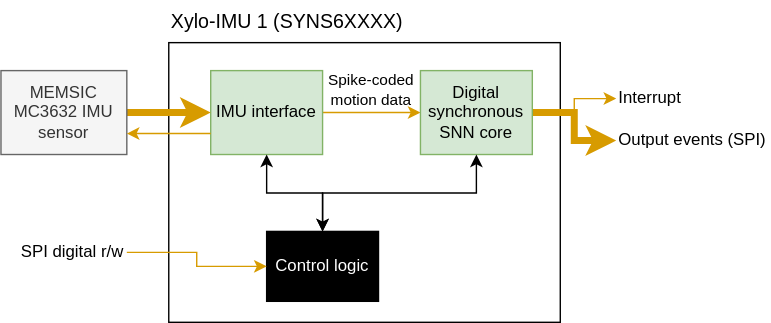
The draw.io diagram docs/devices/xylo-imu/xylo-imu-block-level.svg in synsense/rockpool, before a commit. Source tidied: cells renumbered, new cells last; positions are measured from the earlier drawing's top-left corner, leaving out a move shared by most shapes.
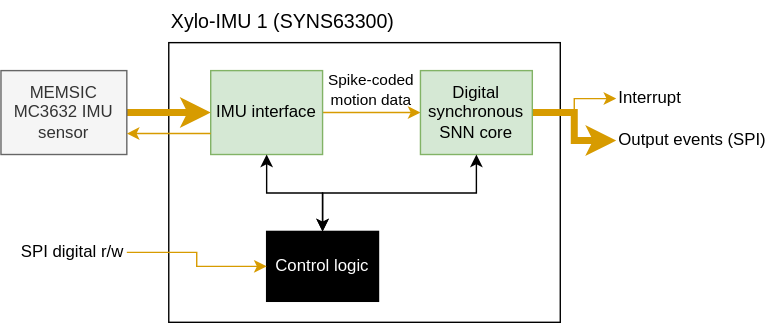
Above is the later version.

Change to the diagram source:
```diff
@@ -5,7 +5,7 @@
     <mxCell id="2" style="rounded=0;whiteSpace=wrap;html=1;fillColor=none;" parent="1" vertex="1">
       <mxGeometry x="120" y="30" width="280" height="200" as="geometry" />
     </mxCell>
-    <mxCell id="3" value="Xylo-IMU 1 (SYNS6XXXX)" style="text;html=1;strokeColor=none;fillColor=none;align=left;verticalAlign=middle;whiteSpace=wrap;rounded=0;fontSize=14;" parent="1" vertex="1">
+    <mxCell id="3" value="Xylo-IMU 1 (SYNS63300)" style="text;html=1;strokeColor=none;fillColor=none;align=left;verticalAlign=middle;whiteSpace=wrap;rounded=0;fontSize=14;" parent="1" vertex="1">
       <mxGeometry x="120" width="220" height="30" as="geometry" />
     </mxCell>
     <mxCell id="4" style="edgeStyle=orthogonalEdgeStyle;rounded=0;jettySize=auto;html=1;exitX=1;exitY=0.5;exitDx=0;exitDy=0;startArrow=none;startFill=0;fillColor=#ffe6cc;strokeColor=#d79b00;" parent="1" edge="1" source="5" target="8">
```
